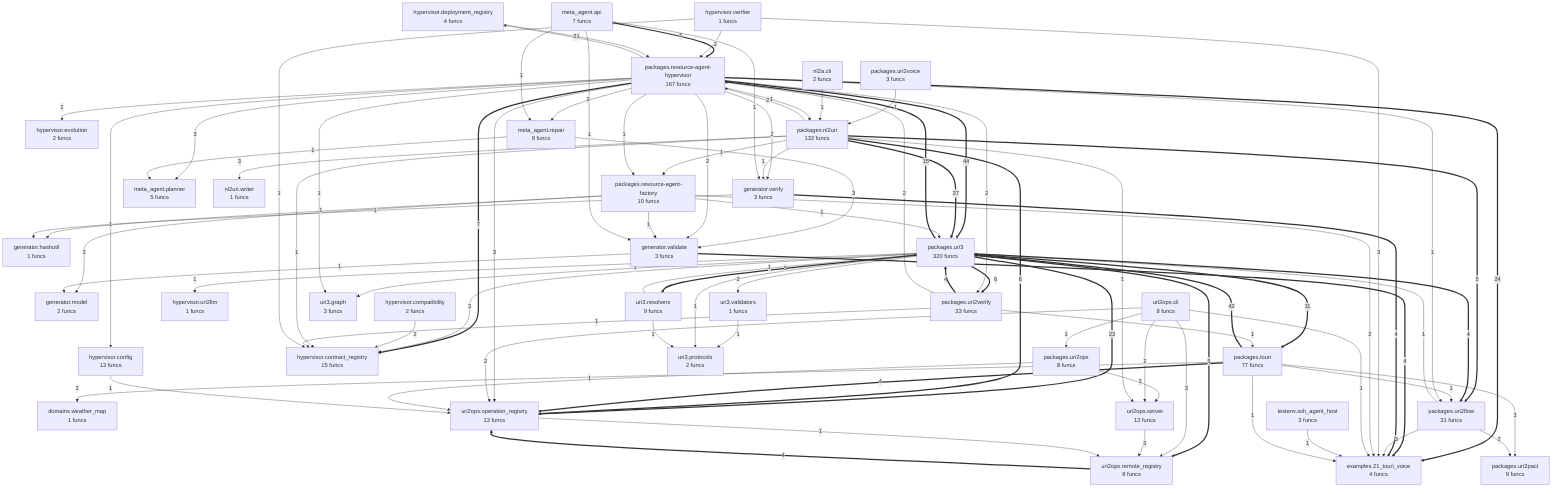
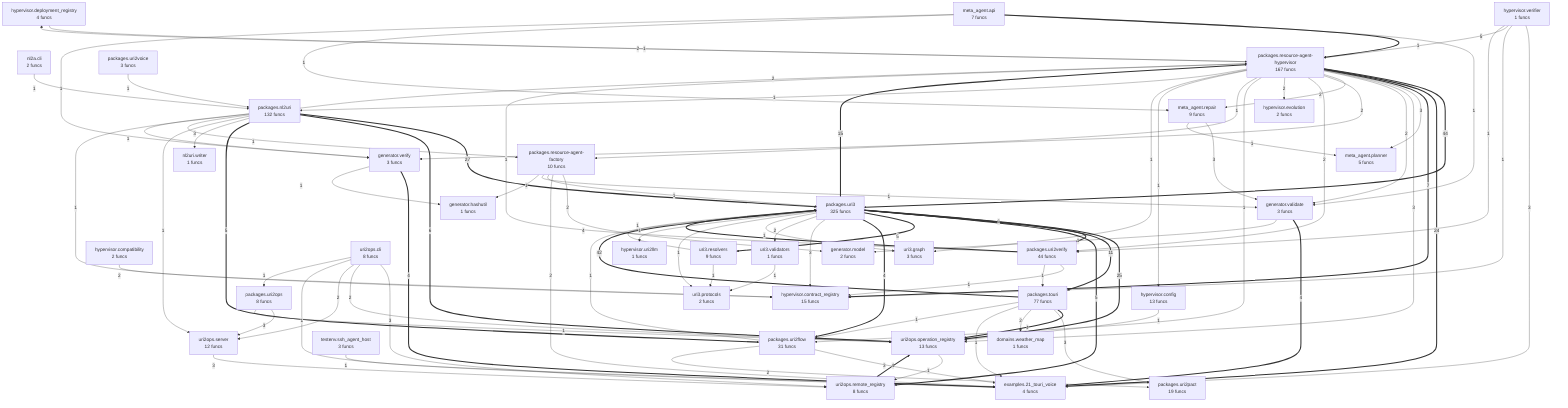
flowchart TD
%% generated in 0.03s
    domains__weather_map["domains.weather_map<br/>1 funcs"]
    examples__21_touri_voice["examples.21_touri_voice<br/>4 funcs"]
    generator__hashutil["generator.hashutil<br/>1 funcs"]
    generator__model["generator.model<br/>2 funcs"]
    generator__validate["generator.validate<br/>3 funcs"]
    generator__verify["generator.verify<br/>3 funcs"]
    hypervisor__compatibility["hypervisor.compatibility<br/>2 funcs"]
    hypervisor__config["hypervisor.config<br/>13 funcs"]
    hypervisor__contract_registry["hypervisor.contract_registry<br/>15 funcs"]
    hypervisor__deployment_registry["hypervisor.deployment_registry<br/>4 funcs"]
    hypervisor__evolution["hypervisor.evolution<br/>2 funcs"]
    hypervisor__uri2llm["hypervisor.uri2llm<br/>1 funcs"]
    hypervisor__verifier["hypervisor.verifier<br/>1 funcs"]
    meta_agent__api["meta_agent.api<br/>7 funcs"]
    meta_agent__planner["meta_agent.planner<br/>5 funcs"]
    meta_agent__repair["meta_agent.repair<br/>9 funcs"]
    nl2a__cli["nl2a.cli<br/>2 funcs"]
    nl2uri__writer["nl2uri.writer<br/>1 funcs"]
    packages__nl2uri["packages.nl2uri<br/>132 funcs"]
    packages__resource_agent_factory["packages.resource-agent-factory<br/>10 funcs"]
    packages__resource_agent_hypervisor["packages.resource-agent-hypervisor<br/>167 funcs"]
    packages__touri["packages.touri<br/>77 funcs"]
    packages__uri2flow["packages.uri2flow<br/>31 funcs"]
    packages__uri2ops["packages.uri2ops<br/>8 funcs"]
-     packages__uri2pact["packages.uri2pact<br/>9 funcs"]
-     packages__uri2verify["packages.uri2verify<br/>33 funcs"]
+     packages__uri2pact["packages.uri2pact<br/>19 funcs"]
+     packages__uri2verify["packages.uri2verify<br/>44 funcs"]
    packages__uri2voice["packages.uri2voice<br/>3 funcs"]
-     packages__uri3["packages.uri3<br/>320 funcs"]
+     packages__uri3["packages.uri3<br/>325 funcs"]
    testenv__ssh_agent_host["testenv.ssh_agent_host<br/>3 funcs"]
    uri2ops__cli["uri2ops.cli<br/>8 funcs"]
    uri2ops__operation_registry["uri2ops.operation_registry<br/>13 funcs"]
    uri2ops__remote_registry["uri2ops.remote_registry<br/>8 funcs"]
    uri2ops__server["uri2ops.server<br/>12 funcs"]
    uri3__graph["uri3.graph<br/>3 funcs"]
    uri3__protocols["uri3.protocols<br/>2 funcs"]
    uri3__resolvers["uri3.resolvers<br/>9 funcs"]
    uri3__validators["uri3.validators<br/>1 funcs"]
    packages__resource_agent_hypervisor ==>|44| packages__uri3
    packages__touri ==>|42| packages__uri3
    packages__nl2uri ==>|27| packages__uri3
+     packages__uri3 ==>|25| uri2ops__operation_registry
    packages__resource_agent_hypervisor ==>|24| examples__21_touri_voice
-     packages__uri3 ==>|23| uri2ops__operation_registry
    packages__uri3 ==>|15| packages__resource_agent_hypervisor
    packages__uri3 ==>|11| packages__touri
    packages__resource_agent_hypervisor ==>|7| hypervisor__contract_registry
    packages__uri3 ==>|6| packages__uri2verify
    packages__nl2uri ==>|6| uri2ops__operation_registry
    packages__uri3 ==>|5| uri2ops__remote_registry
    packages__uri3 ==>|5| uri3__resolvers
    packages__nl2uri ==>|5| packages__uri2flow
    meta_agent__api ==>|5| packages__resource_agent_hypervisor
    uri2ops__remote_registry ==>|4| uri2ops__operation_registry
    packages__uri3 ==>|4| packages__uri2flow
    packages__touri ==>|4| uri2ops__operation_registry
    generator__validate ==>|4| examples__21_touri_voice
    generator__verify ==>|4| examples__21_touri_voice
    packages__uri2verify ==>|4| packages__uri3
    uri2ops__cli -->|3| uri2ops__remote_registry
    uri2ops__server -->|3| uri2ops__remote_registry
    packages__uri2ops -->|3| uri2ops__server
    packages__uri2flow -->|3| examples__21_touri_voice
    packages__touri -->|3| packages__uri2pact
    packages__nl2uri -->|3| nl2uri__writer
    packages__resource_agent_hypervisor -->|3| meta_agent__planner
    meta_agent__repair -->|3| generator__validate
    packages__resource_agent_hypervisor -->|3| uri2ops__operation_registry
    hypervisor__verifier -->|3| examples__21_touri_voice
    packages__uri3 -->|3| hypervisor__contract_registry
    uri2ops__cli -->|2| uri2ops__operation_registry
    uri2ops__cli -->|2| uri2ops__server
    packages__uri3 -->|2| uri3__validators
    packages__uri2flow -->|2| packages__uri2pact
    packages__touri -->|2| domains__weather_map
    packages__resource_agent_factory -->|2| generator__model
    packages__resource_agent_factory -->|2| examples__21_touri_voice
    packages__nl2uri -->|2| packages__resource_agent_hypervisor
-     packages__uri2verify -->|2| packages__resource_agent_hypervisor
    packages__resource_agent_hypervisor -->|2| generator__validate
    packages__resource_agent_hypervisor -->|2| meta_agent__repair
    packages__resource_agent_hypervisor -->|2| generator__verify
    packages__resource_agent_hypervisor -->|2| packages__uri2verify
-     hypervisor__verifier -->|2| packages__resource_agent_hypervisor
    packages__resource_agent_hypervisor -->|2| hypervisor__evolution
    packages__resource_agent_hypervisor -->|2| hypervisor__deployment_registry
    hypervisor__compatibility -->|2| hypervisor__contract_registry
    uri2ops__cli -->|1| examples__21_touri_voice
    uri2ops__cli -->|1| packages__uri2ops
    uri2ops__operation_registry -->|1| uri2ops__remote_registry
    packages__uri2ops -->|1| uri2ops__operation_registry
    uri3__validators -->|1| uri3__protocols
    packages__uri3 -->|1| uri3__graph
    packages__uri3 -->|1| uri3__protocols
    packages__uri3 -->|1| hypervisor__uri2llm
    uri3__resolvers -->|1| packages__uri3
    uri3__resolvers -->|1| uri3__protocols
    packages__uri2flow -->|1| packages__uri3
+     packages__touri -->|1| examples__21_touri_voice
    packages__touri -->|1| packages__uri2flow
    packages__uri2voice -->|1| packages__nl2uri
    generator__validate -->|1| generator__model
    packages__resource_agent_factory -->|1| packages__uri3
    packages__resource_agent_factory -->|1| generator__validate
    packages__resource_agent_factory -->|1| generator__hashutil
    generator__verify -->|1| generator__hashutil
    packages__nl2uri -->|1| uri2ops__server
    packages__nl2uri -->|1| packages__resource_agent_factory
    packages__nl2uri -->|1| hypervisor__contract_registry
    packages__nl2uri -->|1| generator__verify
    nl2a__cli -->|1| packages__nl2uri
-     packages__uri2verify -->|1| hypervisor__contract_registry
-     packages__uri2verify -->|1| packages__touri
    packages__resource_agent_hypervisor -->|1| packages__uri2flow
    meta_agent__api -->|1| generator__validate
    meta_agent__api -->|1| meta_agent__repair
    meta_agent__api -->|1| generator__verify
    packages__resource_agent_hypervisor -->|1| packages__resource_agent_factory
    meta_agent__repair -->|1| meta_agent__planner
    hypervisor__verifier -->|1| hypervisor__contract_registry
+     hypervisor__verifier -->|1| packages__resource_agent_hypervisor
+     hypervisor__verifier -->|1| packages__uri2verify
    packages__resource_agent_hypervisor -->|1| hypervisor__config
    hypervisor__config -->|1| uri2ops__operation_registry
    packages__resource_agent_hypervisor -->|1| uri3__graph
    packages__resource_agent_hypervisor -->|1| packages__nl2uri
    hypervisor__deployment_registry -->|1| packages__resource_agent_hypervisor
    testenv__ssh_agent_host -->|1| examples__21_touri_voice
-     packages__touri -->|1| examples__21_touri_voice
+     packages__uri2verify -->|1| hypervisor__contract_registry
+     packages__uri2verify -->|1| packages__resource_agent_hypervisor
+     packages__uri2verify -->|1| packages__touri
